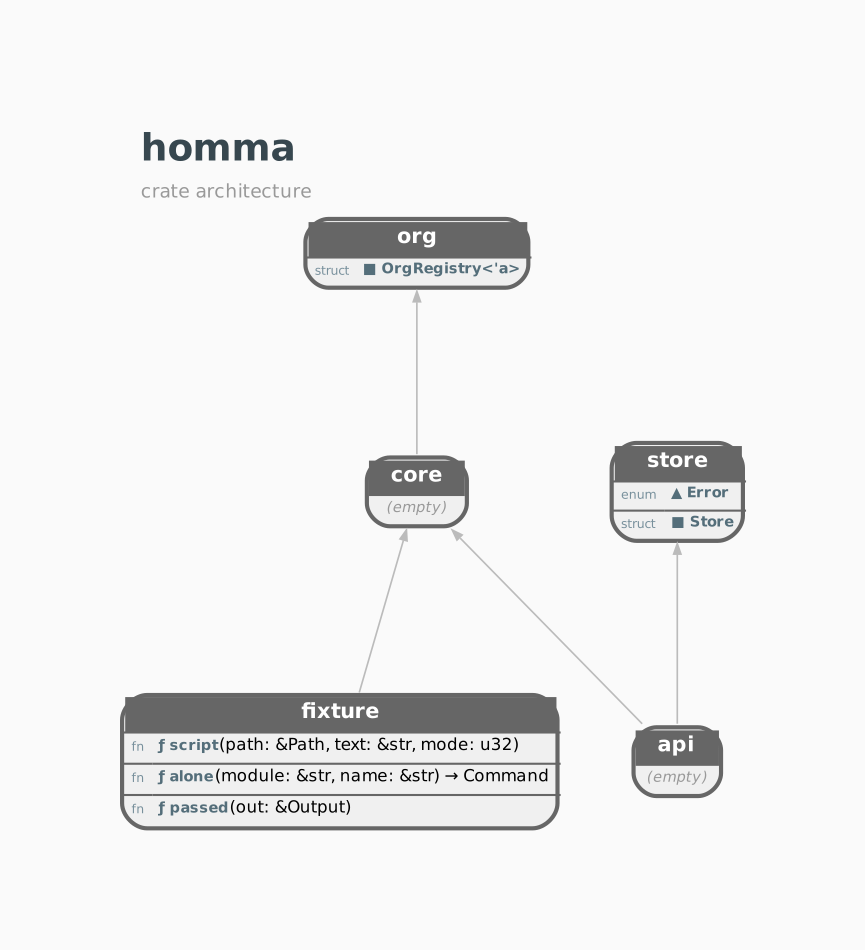
orgrinrt/homma keeps this Graphviz diagram as docs/STRUCTURE.GRAPH.png. Above is the earlier version. Its source is kept beside it as docs/STRUCTURE.GRAPH.dot. Source of this version:
```dot

digraph "homma" {
    rankdir=BT;
    newrank=true;
    bgcolor="#FAFAFA";
    graph [fontname="Helvetica", fontsize=10, pad=0.8, nodesep=0.4, ranksep=1.0];
    node [fontname="Helvetica", fontsize=8];
    edge [fontname="Helvetica", fontsize=7, color="#BBBBBB", arrowsize=0.5, penwidth=0.8];

    labelloc=t;
    labeljust=l;
    label=<<TABLE BORDER="0" CELLBORDER="0" CELLSPACING="0"><TR><TD ALIGN="LEFT"><FONT POINT-SIZE="18" COLOR="#37474F"><B>homma</B></FONT></TD></TR><TR><TD ALIGN="LEFT"><FONT POINT-SIZE="9" COLOR="#999999">crate architecture</FONT></TD></TR></TABLE>>;

    homma_api [shape=none, margin=0, label=<<TABLE BORDER="2" CELLBORDER="0" CELLSPACING="0" CELLPADDING="3" BGCOLOR="#F0F0F0" COLOR="#666666" STYLE="ROUNDED"><TR><TD COLSPAN="2" BGCOLOR="#666666" ALIGN="CENTER"><FONT COLOR="white" POINT-SIZE="10"><B>  api  </B></FONT></TD></TR><TR><TD COLSPAN="2"><FONT COLOR="#999999" POINT-SIZE="7"><I>(empty)</I></FONT></TD></TR></TABLE>>];
    homma_core [shape=none, margin=0, label=<<TABLE BORDER="2" CELLBORDER="0" CELLSPACING="0" CELLPADDING="3" BGCOLOR="#F0F0F0" COLOR="#666666" STYLE="ROUNDED"><TR><TD COLSPAN="2" BGCOLOR="#666666" ALIGN="CENTER"><FONT COLOR="white" POINT-SIZE="10"><B>  core  </B></FONT></TD></TR><TR><TD COLSPAN="2"><FONT COLOR="#999999" POINT-SIZE="7"><I>(empty)</I></FONT></TD></TR></TABLE>>];
    homma_fixture [shape=none, margin=0, label=<<TABLE BORDER="2" CELLBORDER="0" CELLSPACING="0" CELLPADDING="3" BGCOLOR="#F0F0F0" COLOR="#666666" STYLE="ROUNDED"><TR><TD COLSPAN="2" BGCOLOR="#666666" ALIGN="CENTER"><FONT COLOR="white" POINT-SIZE="10"><B>  fixture  </B></FONT></TD></TR><HR/><TR><TD ALIGN="LEFT"><FONT COLOR="#78909C" POINT-SIZE="6">fn</FONT></TD><TD ALIGN="LEFT" PORT="p_script"><FONT COLOR="#546E7A" POINT-SIZE="7"><B>ƒ script</B></FONT>(path: &amp;Path, text: &amp;str, mode: u32)</TD></TR><HR/><TR><TD ALIGN="LEFT"><FONT COLOR="#78909C" POINT-SIZE="6">fn</FONT></TD><TD ALIGN="LEFT" PORT="p_alone"><FONT COLOR="#546E7A" POINT-SIZE="7"><B>ƒ alone</B></FONT>(module: &amp;str, name: &amp;str) → Command</TD></TR><HR/><TR><TD ALIGN="LEFT"><FONT COLOR="#78909C" POINT-SIZE="6">fn</FONT></TD><TD ALIGN="LEFT" PORT="p_passed"><FONT COLOR="#546E7A" POINT-SIZE="7"><B>ƒ passed</B></FONT>(out: &amp;Output)</TD></TR></TABLE>>];
    homma_org [shape=none, margin=0, label=<<TABLE BORDER="2" CELLBORDER="0" CELLSPACING="0" CELLPADDING="3" BGCOLOR="#F0F0F0" COLOR="#666666" STYLE="ROUNDED"><TR><TD COLSPAN="2" BGCOLOR="#666666" ALIGN="CENTER"><FONT COLOR="white" POINT-SIZE="10"><B>  org  </B></FONT></TD></TR><HR/><TR><TD ALIGN="LEFT"><FONT COLOR="#78909C" POINT-SIZE="6">struct</FONT></TD><TD ALIGN="LEFT" PORT="p_OrgRegistry"><FONT COLOR="#546E7A" POINT-SIZE="7"><B>■ OrgRegistry&lt;'a&gt;</B></FONT></TD></TR></TABLE>>];
    homma_store [shape=none, margin=0, label=<<TABLE BORDER="2" CELLBORDER="0" CELLSPACING="0" CELLPADDING="3" BGCOLOR="#F0F0F0" COLOR="#666666" STYLE="ROUNDED"><TR><TD COLSPAN="2" BGCOLOR="#666666" ALIGN="CENTER"><FONT COLOR="white" POINT-SIZE="10"><B>  store  </B></FONT></TD></TR><HR/><TR><TD ALIGN="LEFT"><FONT COLOR="#78909C" POINT-SIZE="6">enum</FONT></TD><TD ALIGN="LEFT" PORT="p_Error"><FONT COLOR="#546E7A" POINT-SIZE="7"><B>▲ Error</B></FONT></TD></TR><HR/><TR><TD ALIGN="LEFT"><FONT COLOR="#78909C" POINT-SIZE="6">struct</FONT></TD><TD ALIGN="LEFT" PORT="p_Store"><FONT COLOR="#546E7A" POINT-SIZE="7"><B>■ Store</B></FONT></TD></TR></TABLE>>];

    { rank=same; homma_api; homma_fixture; } // depth 0
    { rank=same; homma_core; homma_store; } // depth 1
    { rank=same; homma_org; } // depth 2


    homma_api -> homma_core;
    homma_fixture -> homma_core;
    homma_core -> homma_org;
    homma_api -> homma_store;

}
```
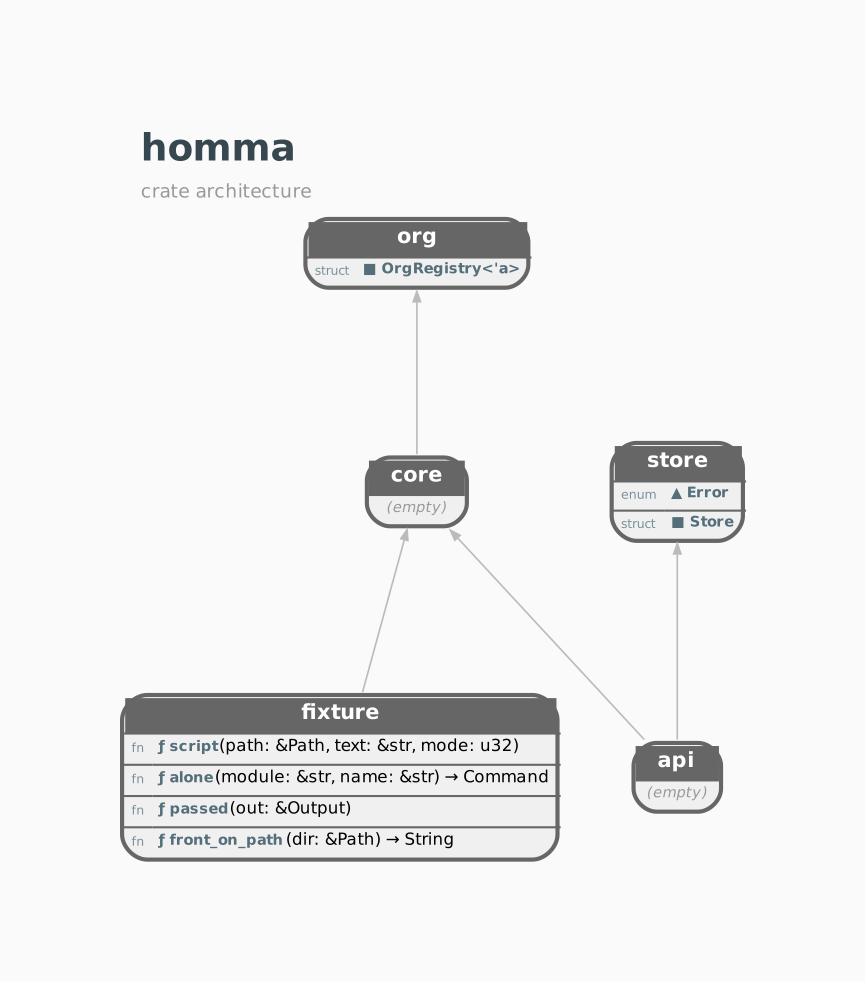
The same file after the commit.

Diff of the diagram source:
```diff
@@ -13,7 +13,7 @@
 
     homma_api [shape=none, margin=0, label=<<TABLE BORDER="2" CELLBORDER="0" CELLSPACING="0" CELLPADDING="3" BGCOLOR="#F0F0F0" COLOR="#666666" STYLE="ROUNDED"><TR><TD COLSPAN="2" BGCOLOR="#666666" ALIGN="CENTER"><FONT COLOR="white" POINT-SIZE="10"><B>  api  </B></FONT></TD></TR><TR><TD COLSPAN="2"><FONT COLOR="#999999" POINT-SIZE="7"><I>(empty)</I></FONT></TD></TR></TABLE>>];
     homma_core [shape=none, margin=0, label=<<TABLE BORDER="2" CELLBORDER="0" CELLSPACING="0" CELLPADDING="3" BGCOLOR="#F0F0F0" COLOR="#666666" STYLE="ROUNDED"><TR><TD COLSPAN="2" BGCOLOR="#666666" ALIGN="CENTER"><FONT COLOR="white" POINT-SIZE="10"><B>  core  </B></FONT></TD></TR><TR><TD COLSPAN="2"><FONT COLOR="#999999" POINT-SIZE="7"><I>(empty)</I></FONT></TD></TR></TABLE>>];
-    homma_fixture [shape=none, margin=0, label=<<TABLE BORDER="2" CELLBORDER="0" CELLSPACING="0" CELLPADDING="3" BGCOLOR="#F0F0F0" COLOR="#666666" STYLE="ROUNDED"><TR><TD COLSPAN="2" BGCOLOR="#666666" ALIGN="CENTER"><FONT COLOR="white" POINT-SIZE="10"><B>  fixture  </B></FONT></TD></TR><HR/><TR><TD ALIGN="LEFT"><FONT COLOR="#78909C" POINT-SIZE="6">fn</FONT></TD><TD ALIGN="LEFT" PORT="p_script"><FONT COLOR="#546E7A" POINT-SIZE="7"><B>ƒ script</B></FONT>(path: &amp;Path, text: &amp;str, mode: u32)</TD></TR><HR/><TR><TD ALIGN="LEFT"><FONT COLOR="#78909C" POINT-SIZE="6">fn</FONT></TD><TD ALIGN="LEFT" PORT="p_alone"><FONT COLOR="#546E7A" POINT-SIZE="7"><B>ƒ alone</B></FONT>(module: &amp;str, name: &amp;str) → Command</TD></TR><HR/><TR><TD ALIGN="LEFT"><FONT COLOR="#78909C" POINT-SIZE="6">fn</FONT></TD><TD ALIGN="LEFT" PORT="p_passed"><FONT COLOR="#546E7A" POINT-SIZE="7"><B>ƒ passed</B></FONT>(out: &amp;Output)</TD></TR></TABLE>>];
+    homma_fixture [shape=none, margin=0, label=<<TABLE BORDER="2" CELLBORDER="0" CELLSPACING="0" CELLPADDING="3" BGCOLOR="#F0F0F0" COLOR="#666666" STYLE="ROUNDED"><TR><TD COLSPAN="2" BGCOLOR="#666666" ALIGN="CENTER"><FONT COLOR="white" POINT-SIZE="10"><B>  fixture  </B></FONT></TD></TR><HR/><TR><TD ALIGN="LEFT"><FONT COLOR="#78909C" POINT-SIZE="6">fn</FONT></TD><TD ALIGN="LEFT" PORT="p_script"><FONT COLOR="#546E7A" POINT-SIZE="7"><B>ƒ script</B></FONT>(path: &amp;Path, text: &amp;str, mode: u32)</TD></TR><HR/><TR><TD ALIGN="LEFT"><FONT COLOR="#78909C" POINT-SIZE="6">fn</FONT></TD><TD ALIGN="LEFT" PORT="p_alone"><FONT COLOR="#546E7A" POINT-SIZE="7"><B>ƒ alone</B></FONT>(module: &amp;str, name: &amp;str) → Command</TD></TR><HR/><TR><TD ALIGN="LEFT"><FONT COLOR="#78909C" POINT-SIZE="6">fn</FONT></TD><TD ALIGN="LEFT" PORT="p_passed"><FONT COLOR="#546E7A" POINT-SIZE="7"><B>ƒ passed</B></FONT>(out: &amp;Output)</TD></TR><HR/><TR><TD ALIGN="LEFT"><FONT COLOR="#78909C" POINT-SIZE="6">fn</FONT></TD><TD ALIGN="LEFT" PORT="p_front_on_path"><FONT COLOR="#546E7A" POINT-SIZE="7"><B>ƒ front_on_path</B></FONT>(dir: &amp;Path) → String</TD></TR></TABLE>>];
     homma_org [shape=none, margin=0, label=<<TABLE BORDER="2" CELLBORDER="0" CELLSPACING="0" CELLPADDING="3" BGCOLOR="#F0F0F0" COLOR="#666666" STYLE="ROUNDED"><TR><TD COLSPAN="2" BGCOLOR="#666666" ALIGN="CENTER"><FONT COLOR="white" POINT-SIZE="10"><B>  org  </B></FONT></TD></TR><HR/><TR><TD ALIGN="LEFT"><FONT COLOR="#78909C" POINT-SIZE="6">struct</FONT></TD><TD ALIGN="LEFT" PORT="p_OrgRegistry"><FONT COLOR="#546E7A" POINT-SIZE="7"><B>■ OrgRegistry&lt;'a&gt;</B></FONT></TD></TR></TABLE>>];
     homma_store [shape=none, margin=0, label=<<TABLE BORDER="2" CELLBORDER="0" CELLSPACING="0" CELLPADDING="3" BGCOLOR="#F0F0F0" COLOR="#666666" STYLE="ROUNDED"><TR><TD COLSPAN="2" BGCOLOR="#666666" ALIGN="CENTER"><FONT COLOR="white" POINT-SIZE="10"><B>  store  </B></FONT></TD></TR><HR/><TR><TD ALIGN="LEFT"><FONT COLOR="#78909C" POINT-SIZE="6">enum</FONT></TD><TD ALIGN="LEFT" PORT="p_Error"><FONT COLOR="#546E7A" POINT-SIZE="7"><B>▲ Error</B></FONT></TD></TR><HR/><TR><TD ALIGN="LEFT"><FONT COLOR="#78909C" POINT-SIZE="6">struct</FONT></TD><TD ALIGN="LEFT" PORT="p_Store"><FONT COLOR="#546E7A" POINT-SIZE="7"><B>■ Store</B></FONT></TD></TR></TABLE>>];
 
```
